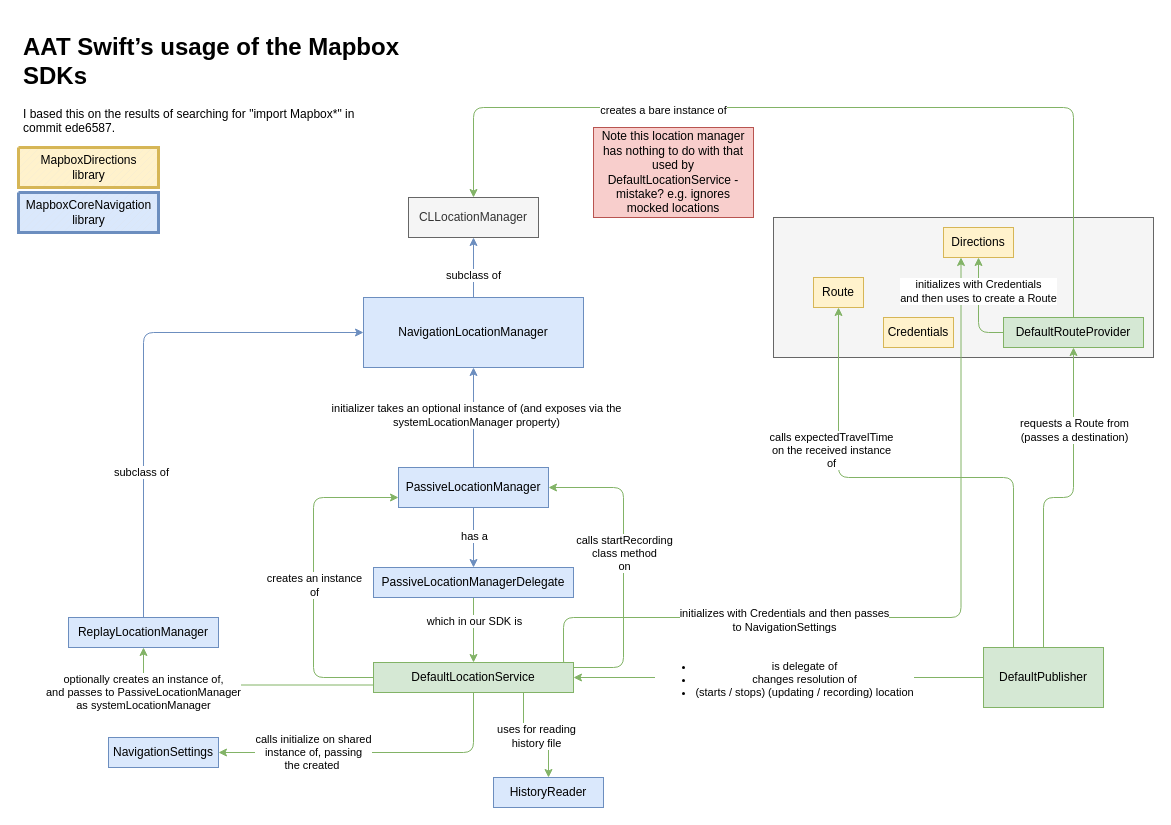
Earlier version of the draw.io diagram AAT Swift usage of Mapbox.drawio (lawrence-forooghian/drawio). Source tidied: cells renumbered, new cells numbered last; positions are measured from the earlier drawing's top-left corner, leaving out a move shared by most shapes. Both pictures are drawn from the tidied source at 100%, with x=0, y=0 at pixel (18, 27).
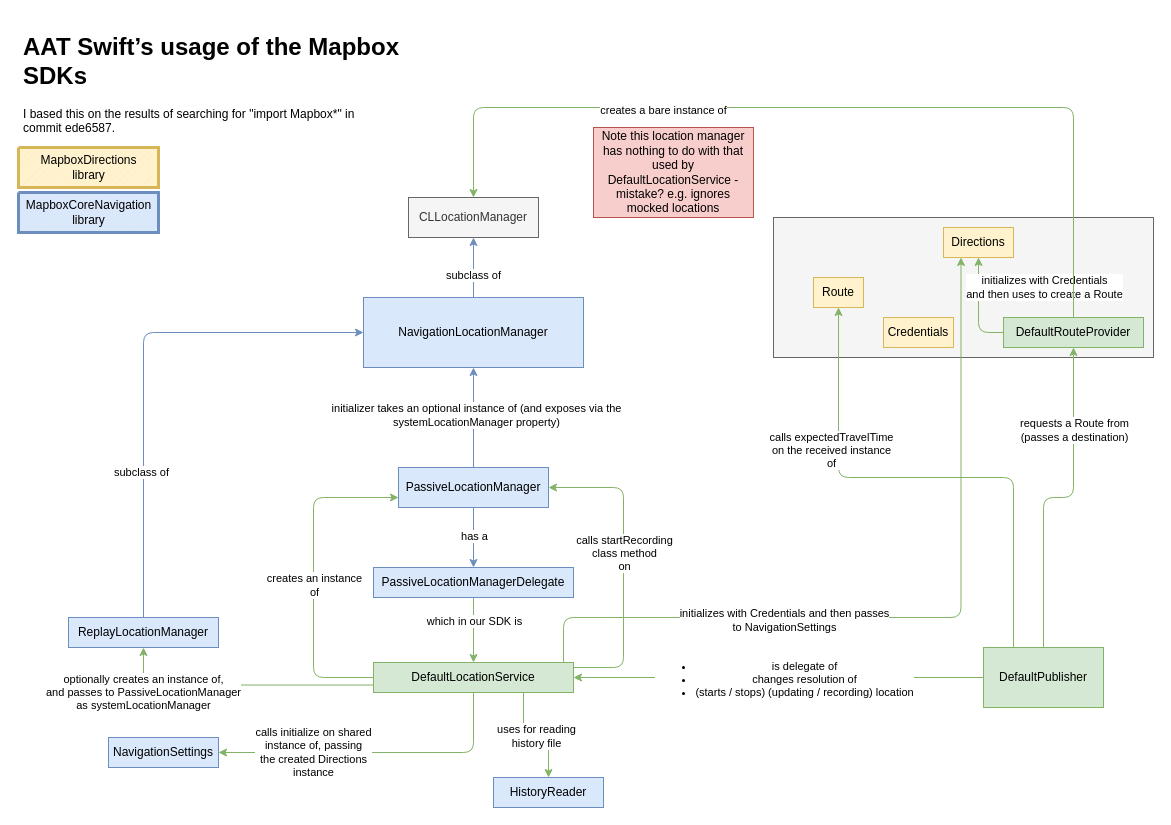
The same diagram, later.

Unchanged cells that the change refers to:
```xml
<mxCell id="18" style="edgeStyle=orthogonalEdgeStyle;rounded=1;jettySize=auto;html=1;exitX=0.5;exitY=1;exitDx=0;exitDy=0;entryX=1;entryY=0.5;entryDx=0;entryDy=0;startArrow=none;startFill=0;endArrow=classic;endFill=1;fillColor=#d5e8d4;strokeColor=#82b366;" parent="1" edge="1" source="28" target="40">
  <mxGeometry relative="1" as="geometry" />
</mxCell>
<mxCell id="29" style="edgeStyle=orthogonalEdgeStyle;jettySize=auto;html=1;exitX=0;exitY=0.5;exitDx=0;exitDy=0;entryX=0.5;entryY=1;entryDx=0;entryDy=0;fillColor=#d5e8d4;strokeColor=#82b366;" parent="1" edge="1" source="33" target="36">
  <mxGeometry relative="1" as="geometry" />
</mxCell>
```

Change to the diagram source:
```diff
@@
-    <mxCell id="19" value="calls initialize on shared&lt;br&gt;instance of, passing&lt;br&gt;the created&amp;nbsp;" style="edgeLabel;html=1;align=center;verticalAlign=middle;" parent="18" vertex="1">
+    <mxCell id="19" value="calls initialize on shared&lt;br&gt;instance of, passing&lt;br&gt;the created Directions&lt;br&gt;instance" style="edgeLabel;html=1;align=center;verticalAlign=middle;" parent="18" vertex="1">
       <mxGeometry x="0.4" y="-1" relative="1" as="geometry" />
     </mxCell>
@@
     <mxCell id="30" value="initializes with Credentials&lt;br&gt;and then uses to create a Route" style="edgeLabel;html=1;align=center;verticalAlign=middle;" parent="29" vertex="1">
-      <mxGeometry x="0.33" y="1" relative="1" as="geometry" />
+      <mxGeometry x="0.33" y="1" relative="1" as="geometry">
+        <mxPoint x="66" y="-4" as="offset" />
+      </mxGeometry>
     </mxCell>
```
